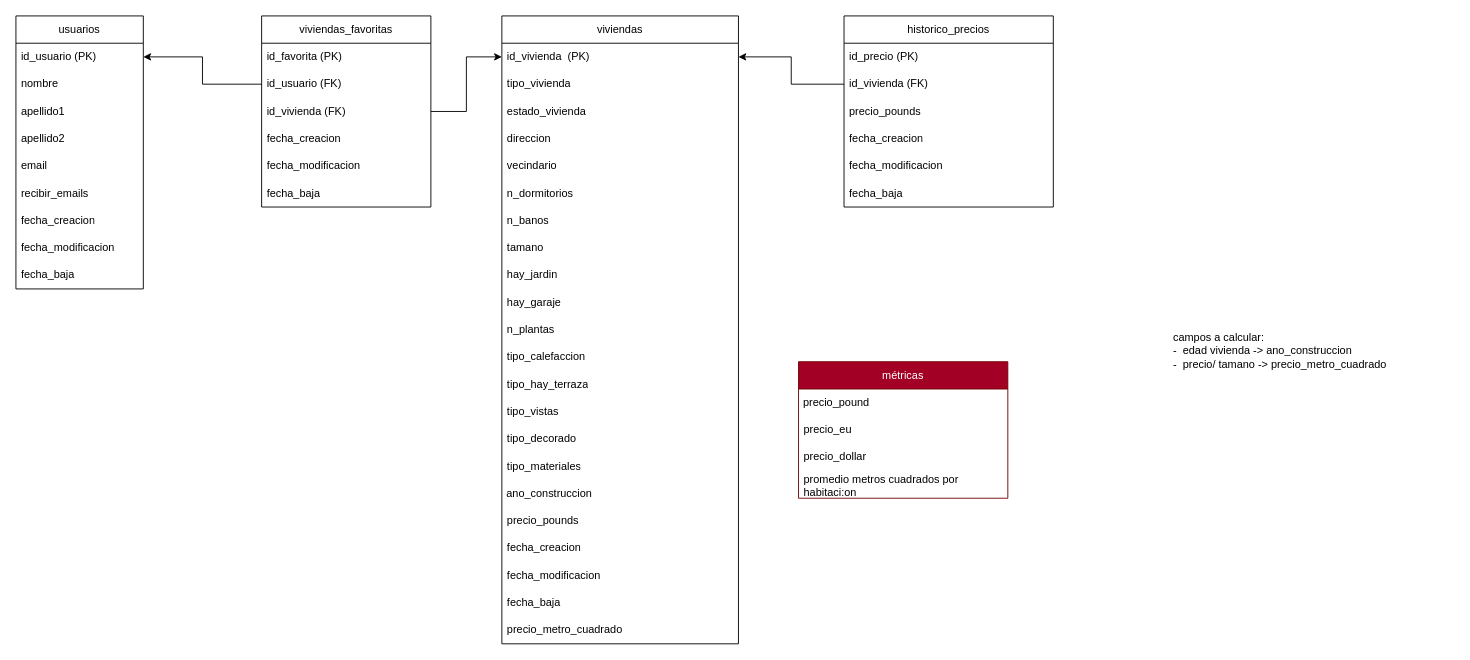
This is page "Modelo de Datos" (2 of 3) of doc/ActividadCloud.drawio from Jurbina0/Actividad-CLOUD, a draw.io file, before an edit. Source tidied: cells renumbered, new cells numbered last; positions are measured from the earlier drawing's top-left corner, leaving out a move shared by most shapes. Both pictures are drawn from the tidied source at 91%, with x=0, y=0 at pixel (15, 15).
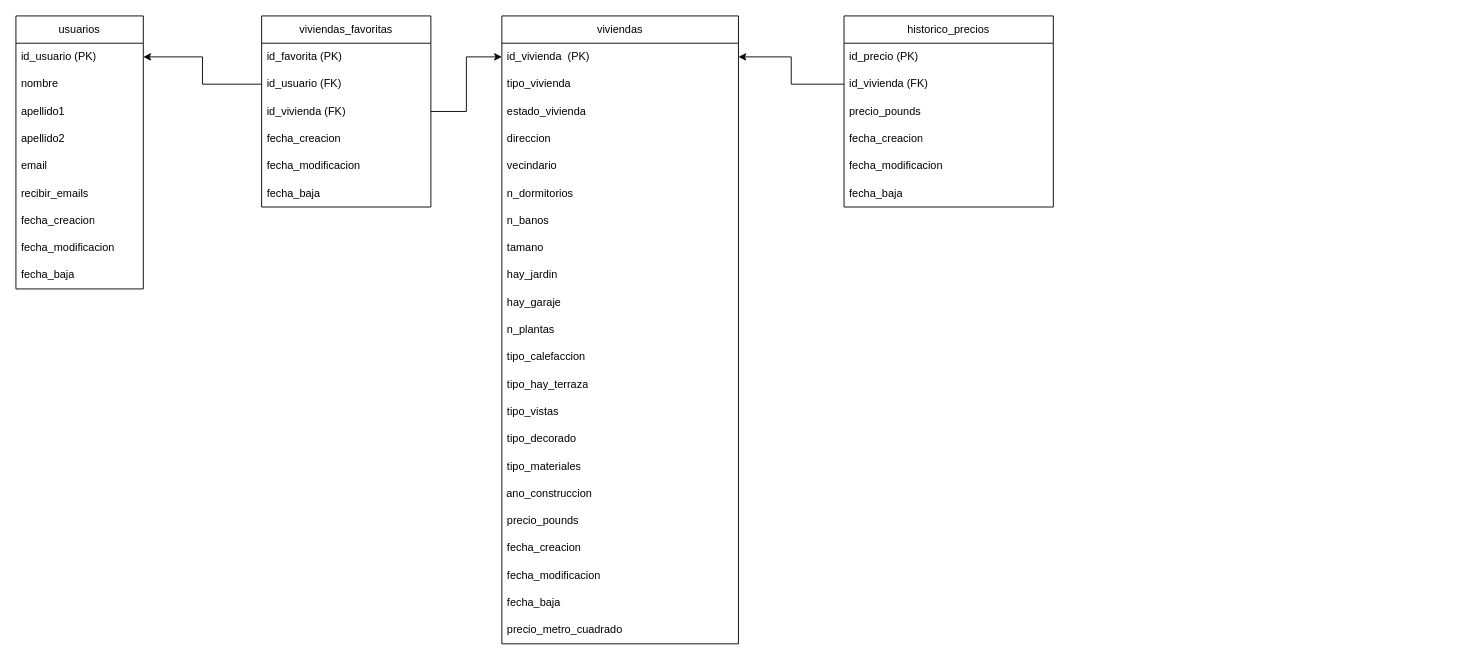
The same diagram, later.

What changed in the source:
```diff
@@
-    <mxCell id="52" value="métricas" style="swimlane;fontStyle=0;horizontal=1;startSize=30;whiteSpace=wrap;html=1;fillColor=#a20025;fontColor=#ffffff;strokeColor=#6F0000;" parent="1" vertex="1">
-      <mxGeometry x="860" y="380" width="230" height="150" as="geometry" />
-    </mxCell>
-    <mxCell id="53" value="&amp;nbsp;precio_pound" style="text;strokeColor=none;align=left;fillColor=none;html=1;verticalAlign=middle;whiteSpace=wrap;rounded=0;" parent="52" vertex="1">
-      <mxGeometry y="30" width="230" height="30" as="geometry" />
-    </mxCell>
-    <mxCell id="54" value="precio_eu" style="text;strokeColor=none;fillColor=none;align=left;verticalAlign=middle;spacingLeft=4;spacingRight=4;overflow=hidden;whiteSpace=wrap;html=1;" parent="52" vertex="1">
-      <mxGeometry y="60" width="230" height="30" as="geometry" />
-    </mxCell>
-    <mxCell id="55" value="precio_dollar" style="text;strokeColor=none;fillColor=none;align=left;verticalAlign=middle;spacingLeft=4;spacingRight=4;overflow=hidden;whiteSpace=wrap;html=1;" parent="52" vertex="1">
-      <mxGeometry y="90" width="230" height="30" as="geometry" />
-    </mxCell>
-    <mxCell id="56" value="promedio metros cuadrados por habitaci:on" style="text;strokeColor=none;fillColor=none;align=left;verticalAlign=middle;spacingLeft=4;spacingRight=4;overflow=hidden;whiteSpace=wrap;html=1;" parent="52" vertex="1">
-      <mxGeometry y="120" width="230" height="30" as="geometry" />
-    </mxCell>
-    <mxCell id="57" value="campos a calcular:&amp;nbsp;&lt;div&gt;-&amp;nbsp; edad vivienda -&amp;gt; ano_construccion&lt;/div&gt;&lt;div&gt;-&amp;nbsp; precio/ tamano -&amp;gt; precio_metro_cuadrado&lt;/div&gt;&lt;div&gt;&lt;br&gt;&lt;/div&gt;" style="text;html=1;align=left;verticalAlign=middle;whiteSpace=wrap;rounded=0;" parent="1" vertex="1">
-      <mxGeometry x="1270" y="260" width="310" height="230" as="geometry" />
-    </mxCell>
```
